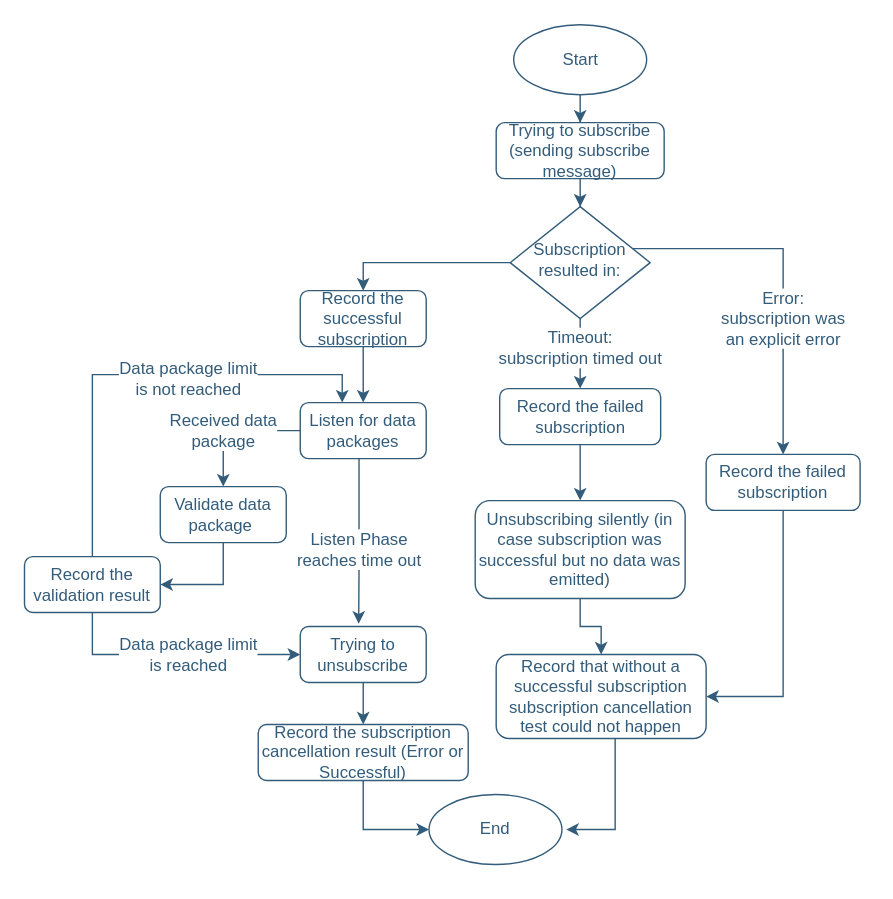
tum-esi/testbench keeps this draw.io diagram as readme-images/eventTesting.svg. Above is the earlier version. Source tidied: cells renumbered, new cells last; positions are measured from the earlier drawing's top-left corner, leaving out a move shared by most shapes.
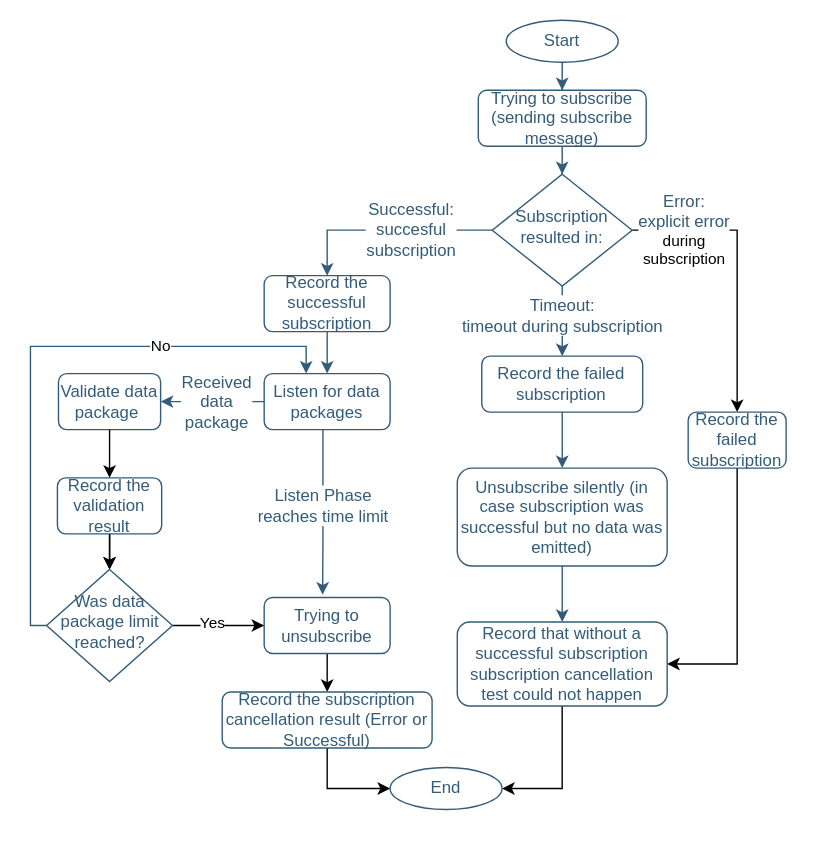
Later version of the same file.

Commit message:
Bump package version to 1.1.0; Make small fixes in Tester.ts and eventTesting.svg.

Change to the diagram source:
```diff
@@ -5,103 +5,89 @@
     <mxCell id="2" style="edgeStyle=orthogonalEdgeStyle;rounded=0;jettySize=auto;html=1;entryX=0.464;entryY=-0.05;entryDx=0;entryDy=0;fontSize=12;entryPerimeter=0;fontColor=#335C7A;labelBorderColor=none;strokeColor=#335C7A;" parent="1" edge="1" source="6" target="14">
       <mxGeometry relative="1" as="geometry">
         <Array as="points">
-          <mxPoint x="239" y="390" />
-          <mxPoint x="239" y="390" />
+          <mxPoint x="226" y="392.5" />
+          <mxPoint x="226" y="392.5" />
         </Array>
       </mxGeometry>
     </mxCell>
-    <mxCell id="3" value="Listen Phase&lt;br&gt;reaches time out" style="edgeLabel;html=1;align=center;verticalAlign=middle;fontSize=12;fontColor=#335C7A;labelBorderColor=none;" parent="2" vertex="1">
+    <mxCell id="3" value="Listen Phase&lt;br&gt;reaches time limit" style="edgeLabel;html=1;align=center;verticalAlign=middle;fontSize=12;fontColor=#335C7A;labelBorderColor=none;" parent="2" vertex="1">
       <mxGeometry x="-0.32" relative="1" as="geometry">
-        <mxPoint y="25" as="offset" />
+        <mxPoint y="13.8" as="offset" />
       </mxGeometry>
     </mxCell>
     <mxCell id="4" style="edgeStyle=orthogonalEdgeStyle;rounded=0;jettySize=auto;html=1;fontSize=12;fontColor=#335C7A;labelBorderColor=none;strokeColor=#335C7A;" parent="1" edge="1" source="6" target="22">
       <mxGeometry relative="1" as="geometry" />
     </mxCell>
-    <mxCell id="5" value="Received data&lt;br&gt;package" style="edgeLabel;html=1;align=center;verticalAlign=middle;fontSize=12;fontColor=#335C7A;labelBorderColor=none;" parent="4" vertex="1">
+    <mxCell id="5" value="Received&lt;br&gt;data&lt;br&gt;package" style="edgeLabel;html=1;align=center;verticalAlign=middle;fontSize=12;fontColor=#335C7A;labelBorderColor=none;" parent="4" vertex="1">
       <mxGeometry x="-0.16" y="-1" relative="1" as="geometry">
-        <mxPoint x="-15" y="1" as="offset" />
+        <mxPoint x="-3.1" y="1" as="offset" />
       </mxGeometry>
     </mxCell>
     <mxCell id="6" value="Listen for data packages" style="rounded=1;whiteSpace=wrap;fontSize=12;glass=0;strokeWidth=1;shadow=0;html=1;fontColor=#335C7A;labelBorderColor=none;strokeColor=#335C7A;" parent="1" vertex="1">
-      <mxGeometry x="197" y="270" width="90" height="40" as="geometry" />
+      <mxGeometry x="184" y="272.5" width="90" height="40" as="geometry" />
     </mxCell>
+    <mxCell id="9" style="edgeStyle=orthogonalEdgeStyle;rounded=0;jettySize=auto;html=1;entryX=0.5;entryY=0;entryDx=0;entryDy=0;strokeColor=#335C7A;fontSize=12;fontColor=#335C7A;" parent="1" edge="1" source="10" target="38">
+      <mxGeometry relative="1" as="geometry" />
+    </mxCell>
+    <mxCell id="39" value="&lt;span style=&quot;color: rgb(51 , 92 , 122) ; font-size: 12px&quot;&gt;Successful:&lt;/span&gt;&lt;br style=&quot;color: rgb(51 , 92 , 122) ; font-size: 12px ; background-color: rgb(248 , 249 , 250)&quot;&gt;&lt;span style=&quot;color: rgb(51 , 92 , 122) ; font-size: 12px&quot;&gt;succesful&lt;br&gt;subscription&lt;br&gt;&lt;/span&gt;" style="edgeLabel;html=1;align=center;verticalAlign=middle;" parent="9" vertex="1">
+      <mxGeometry x="0.18" y="1" relative="1" as="geometry">
+        <mxPoint x="31" y="-1" as="offset" />
+      </mxGeometry>
+    </mxCell>
-    <mxCell id="7" style="edgeStyle=orthogonalEdgeStyle;rounded=0;jettySize=auto;html=1;fontSize=12;entryX=0.5;entryY=0;entryDx=0;entryDy=0;fontColor=#335C7A;labelBorderColor=none;strokeColor=#335C7A;" parent="1" edge="1" source="10" target="29">
-      <mxGeometry relative="1" as="geometry">
-        <Array as="points">
-          <mxPoint x="542" y="160" />
-        </Array>
-      </mxGeometry>
+    <mxCell id="7" style="edgeStyle=orthogonalEdgeStyle;rounded=0;jettySize=auto;html=1;" parent="1" edge="1" source="10" target="29">
+      <mxGeometry relative="1" as="geometry" />
     </mxCell>
-    <mxCell id="8" value="Error:&lt;br&gt;subscription was&lt;br&gt;an explicit error" style="edgeLabel;html=1;align=center;verticalAlign=middle;fontSize=12;fontColor=#335C7A;labelBorderColor=none;" parent="7" vertex="1">
-      <mxGeometry x="-0.1" y="-2" relative="1" as="geometry">
-        <mxPoint x="2" y="42.5" as="offset" />
-      </mxGeometry>
-    </mxCell>
-    <mxCell id="9" style="edgeStyle=orthogonalEdgeStyle;rounded=0;jettySize=auto;html=1;entryX=0.5;entryY=0;entryDx=0;entryDy=0;strokeColor=#335C7A;fontSize=12;fontColor=#335C7A;" parent="1" edge="1" source="10" target="38">
-      <mxGeometry relative="1" as="geometry" />
-    </mxCell>
+    <mxCell id="40" value="&lt;span style=&quot;color: rgb(51 , 92 , 122) ; font-size: 12px&quot;&gt;Error:&lt;/span&gt;&lt;br style=&quot;color: rgb(51 , 92 , 122) ; font-size: 12px&quot;&gt;&lt;font color=&quot;#335c7a&quot;&gt;&lt;span style=&quot;font-size: 12px&quot;&gt;explicit error&lt;br&gt;&lt;/span&gt;&lt;/font&gt;during&lt;br&gt;subscription&lt;br&gt;" style="edgeLabel;html=1;align=center;verticalAlign=middle;" parent="7" vertex="1">
+      <mxGeometry x="-0.49" y="2" relative="1" as="geometry">
+        <mxPoint x="-15.4" y="2" as="offset" />
+      </mxGeometry>
+    </mxCell>
     <mxCell id="10" value="Subscription resulted in:" style="rhombus;whiteSpace=wrap;shadow=0;fontFamily=Helvetica;fontSize=12;align=center;strokeWidth=1;spacing=6;spacingTop=-4;html=1;fontColor=#335C7A;labelBorderColor=none;strokeColor=#335C7A;" parent="1" vertex="1">
       <mxGeometry x="347" y="130" width="100" height="80" as="geometry" />
     </mxCell>
     <mxCell id="11" style="edgeStyle=orthogonalEdgeStyle;rounded=0;jettySize=auto;html=1;fontSize=12;exitX=0.5;exitY=1;exitDx=0;exitDy=0;entryX=0.5;entryY=0;entryDx=0;entryDy=0;fontColor=#335C7A;labelBorderColor=none;strokeColor=#335C7A;" parent="1" edge="1" source="10" target="27">
       <mxGeometry relative="1" as="geometry" />
     </mxCell>
-    <mxCell id="12" value="&lt;span&gt;Timeout:&lt;/span&gt;&lt;br style=&quot;background-color: rgb(248 , 249 , 250)&quot;&gt;&lt;span&gt;subscription timed out&lt;/span&gt;" style="edgeLabel;html=1;align=center;verticalAlign=middle;fontSize=12;fontColor=#335C7A;labelBorderColor=none;" parent="11" vertex="1">
+    <mxCell id="12" value="&lt;span&gt;Timeout:&lt;/span&gt;&lt;br style=&quot;background-color: rgb(248 , 249 , 250)&quot;&gt;timeout during subscription" style="edgeLabel;html=1;align=center;verticalAlign=middle;fontSize=12;fontColor=#335C7A;labelBorderColor=none;" parent="11" vertex="1">
       <mxGeometry x="-0.37" relative="1" as="geometry">
         <mxPoint y="5" as="offset" />
       </mxGeometry>
     </mxCell>
-    <mxCell id="13" style="edgeStyle=orthogonalEdgeStyle;rounded=0;jettySize=auto;html=1;fontSize=12;entryX=0.5;entryY=0;entryDx=0;entryDy=0;fontColor=#335C7A;labelBorderColor=none;strokeColor=#335C7A;" parent="1" edge="1" source="14" target="35">
+    <mxCell id="13" style="edgeStyle=orthogonalEdgeStyle;rounded=0;jettySize=auto;html=1;" parent="1" edge="1" source="14" target="35">
       <mxGeometry relative="1" as="geometry" />
     </mxCell>
     <mxCell id="14" value="Trying to unsubscribe" style="rounded=1;whiteSpace=wrap;fontSize=12;glass=0;strokeWidth=1;shadow=0;html=1;fontColor=#335C7A;labelBorderColor=none;strokeColor=#335C7A;" parent="1" vertex="1">
-      <mxGeometry x="197" y="430" width="90" height="40" as="geometry" />
+      <mxGeometry x="184" y="432.5" width="90" height="40" as="geometry" />
     </mxCell>
     <mxCell id="15" style="edgeStyle=orthogonalEdgeStyle;rounded=0;jettySize=auto;html=1;fontSize=12;fontColor=#335C7A;labelBorderColor=none;strokeColor=#335C7A;" parent="1" edge="1" source="16" target="25">
       <mxGeometry relative="1" as="geometry" />
     </mxCell>
     <mxCell id="16" value="Start" style="ellipse;whiteSpace=wrap;html=1;fontSize=12;fontColor=#335C7A;labelBorderColor=none;strokeColor=#335C7A;" parent="1" vertex="1">
-      <mxGeometry x="349.5" width="95" height="50" as="geometry" />
+      <mxGeometry x="357" y="20" width="80" height="30" as="geometry" />
     </mxCell>
-    <mxCell id="17" style="edgeStyle=orthogonalEdgeStyle;rounded=0;jettySize=auto;html=1;fontSize=12;fontColor=#335C7A;labelBorderColor=none;strokeColor=#335C7A;exitX=0.5;exitY=0;exitDx=0;exitDy=0;" parent="1" edge="1" source="36">
+    <mxCell id="17" style="edgeStyle=orthogonalEdgeStyle;rounded=0;jettySize=auto;html=1;fontSize=12;fontColor=#335C7A;labelBorderColor=none;strokeColor=#335C7A;exitX=0;exitY=0.5;exitDx=0;exitDy=0;" parent="1" edge="1" source="47">
       <mxGeometry relative="1" as="geometry">
-        <mxPoint x="227" y="270" as="targetPoint" />
+        <mxPoint x="214" y="272.5" as="targetPoint" />
         <Array as="points">
-          <mxPoint x="49" y="250" />
-          <mxPoint x="227" y="250" />
+          <mxPoint x="17" y="453" />
+          <mxPoint x="17" y="253" />
+          <mxPoint x="214" y="253" />
         </Array>
       </mxGeometry>
     </mxCell>
-    <mxCell id="18" value="Data package limit&lt;br&gt;is not reached" style="edgeLabel;html=1;align=center;verticalAlign=middle;fontSize=12;fontColor=#335C7A;labelBorderColor=none;" parent="17" vertex="1">
-      <mxGeometry x="-0.46" relative="1" as="geometry">
-        <mxPoint x="68.5" y="-38.7" as="offset" />
-      </mxGeometry>
-    </mxCell>
-    <mxCell id="19" style="edgeStyle=orthogonalEdgeStyle;rounded=0;jettySize=auto;html=1;fontSize=12;entryX=0;entryY=0.5;entryDx=0;entryDy=0;exitX=0.5;exitY=1;exitDx=0;exitDy=0;fontColor=#335C7A;labelBorderColor=none;strokeColor=#335C7A;" parent="1" edge="1" source="36" target="14">
-      <mxGeometry relative="1" as="geometry">
-        <Array as="points">
-          <mxPoint x="49" y="450" />
-        </Array>
-      </mxGeometry>
-    </mxCell>
-    <mxCell id="20" value="Data package limit&lt;br&gt;is reached" style="edgeLabel;html=1;align=center;verticalAlign=middle;fontSize=12;fontColor=#335C7A;labelBorderColor=none;" parent="19" vertex="1">
-      <mxGeometry x="-0.68" y="1" relative="1" as="geometry">
-        <mxPoint x="67.5" y="1.7" as="offset" />
-      </mxGeometry>
-    </mxCell>
-    <mxCell id="21" style="edgeStyle=orthogonalEdgeStyle;rounded=0;jettySize=auto;html=1;fontSize=12;fontColor=#335C7A;labelBorderColor=none;strokeColor=#335C7A;exitX=0.5;exitY=1;exitDx=0;exitDy=0;" parent="1" edge="1" source="22" target="36">
-      <mxGeometry relative="1" as="geometry">
-        <Array as="points">
-          <mxPoint x="142" y="400" />
-        </Array>
-      </mxGeometry>
-    </mxCell>
+    <mxCell id="41" value="No" style="edgeLabel;html=1;align=center;verticalAlign=middle;" parent="17" vertex="1">
+      <mxGeometry x="0.3" y="-2" relative="1" as="geometry">
+        <mxPoint x="26.8" y="-2" as="offset" />
+      </mxGeometry>
+    </mxCell>
+    <mxCell id="42" style="edgeStyle=orthogonalEdgeStyle;rounded=0;jettySize=auto;html=1;" parent="1" edge="1" source="36" target="47">
+      <mxGeometry relative="1" as="geometry" />
+    </mxCell>
     <mxCell id="22" value="Validate data package&amp;nbsp;" style="rounded=1;whiteSpace=wrap;fontSize=12;glass=0;strokeWidth=1;shadow=0;html=1;fontColor=#335C7A;labelBorderColor=none;strokeColor=#335C7A;" parent="1" vertex="1">
-      <mxGeometry x="97" y="330" width="90" height="40" as="geometry" />
+      <mxGeometry x="37" y="272.5" width="73" height="40" as="geometry" />
     </mxCell>
     <mxCell id="23" value="End" style="ellipse;whiteSpace=wrap;html=1;fontSize=12;fontColor=#335C7A;labelBorderColor=none;strokeColor=#335C7A;" parent="1" vertex="1">
-      <mxGeometry x="289" y="550" width="95" height="50" as="geometry" />
+      <mxGeometry x="274" y="554" width="80" height="30" as="geometry" />
     </mxCell>
     <mxCell id="24" style="edgeStyle=orthogonalEdgeStyle;rounded=0;jettySize=auto;html=1;fontSize=12;fontColor=#335C7A;labelBorderColor=none;strokeColor=#335C7A;" parent="1" edge="1" source="25" target="10">
       <mxGeometry relative="1" as="geometry" />
@@ -115,51 +101,59 @@
     <mxCell id="27" value="Record the failed subscription" style="rounded=1;whiteSpace=wrap;fontSize=12;glass=0;strokeWidth=1;shadow=0;html=1;fontColor=#335C7A;labelBorderColor=none;strokeColor=#335C7A;" parent="1" vertex="1">
       <mxGeometry x="339.5" y="260" width="115" height="40" as="geometry" />
     </mxCell>
-    <mxCell id="28" style="edgeStyle=orthogonalEdgeStyle;rounded=0;jettySize=auto;html=1;entryX=1;entryY=0.5;entryDx=0;entryDy=0;fontSize=12;fontColor=#335C7A;labelBorderColor=none;strokeColor=#335C7A;" parent="1" edge="1" source="29" target="33">
-      <mxGeometry relative="1" as="geometry">
-        <Array as="points">
-          <mxPoint x="542" y="480" />
-        </Array>
-      </mxGeometry>
+    <mxCell id="28" style="edgeStyle=orthogonalEdgeStyle;rounded=0;jettySize=auto;html=1;entryX=1;entryY=0.5;entryDx=0;entryDy=0;exitX=0.5;exitY=1;exitDx=0;exitDy=0;" parent="1" edge="1" source="29" target="33">
+      <mxGeometry relative="1" as="geometry" />
     </mxCell>
     <mxCell id="29" value="Record the failed subscription" style="rounded=1;whiteSpace=wrap;fontSize=12;glass=0;strokeWidth=1;shadow=0;html=1;fontColor=#335C7A;labelBorderColor=none;strokeColor=#335C7A;" parent="1" vertex="1">
-      <mxGeometry x="487" y="307" width="110" height="40" as="geometry" />
+      <mxGeometry x="487" y="300" width="70" height="40" as="geometry" />
     </mxCell>
     <mxCell id="30" style="edgeStyle=orthogonalEdgeStyle;rounded=0;jettySize=auto;html=1;entryX=0.5;entryY=0;entryDx=0;entryDy=0;fontSize=12;fontColor=#335C7A;labelBorderColor=none;strokeColor=#335C7A;" parent="1" edge="1" source="31" target="33">
       <mxGeometry relative="1" as="geometry" />
     </mxCell>
-    <mxCell id="31" value="Unsubscribing silently (in case subscription was successful but no data was emitted)" style="rounded=1;whiteSpace=wrap;fontSize=12;glass=0;strokeWidth=1;shadow=0;html=1;fontColor=#335C7A;labelBorderColor=none;strokeColor=#335C7A;" parent="1" vertex="1">
+    <mxCell id="31" value="Unsubscribe silently (in case subscription was successful but no data was emitted)" style="rounded=1;whiteSpace=wrap;fontSize=12;glass=0;strokeWidth=1;shadow=0;html=1;fontColor=#335C7A;labelBorderColor=none;strokeColor=#335C7A;" parent="1" vertex="1">
       <mxGeometry x="322" y="340" width="150" height="70" as="geometry" />
     </mxCell>
-    <mxCell id="32" style="edgeStyle=orthogonalEdgeStyle;rounded=0;jettySize=auto;html=1;fontSize=12;fontColor=#335C7A;labelBorderColor=none;strokeColor=#335C7A;" parent="1" edge="1" source="33">
-      <mxGeometry relative="1" as="geometry">
-        <mxPoint x="387" y="575" as="targetPoint" />
-        <Array as="points">
-          <mxPoint x="422" y="575" />
-        </Array>
-      </mxGeometry>
-    </mxCell>
+    <mxCell id="43" style="edgeStyle=orthogonalEdgeStyle;rounded=0;jettySize=auto;html=1;entryX=1;entryY=0.5;entryDx=0;entryDy=0;" parent="1" edge="1" source="33" target="23">
+      <mxGeometry relative="1" as="geometry" />
+    </mxCell>
     <mxCell id="33" value="Record that without a successful subscription subscription cancellation test could not happen" style="rounded=1;whiteSpace=wrap;fontSize=12;glass=0;strokeWidth=1;shadow=0;html=1;fontColor=#335C7A;labelBorderColor=none;strokeColor=#335C7A;" parent="1" vertex="1">
-      <mxGeometry x="337" y="450" width="150" height="60" as="geometry" />
+      <mxGeometry x="322" y="450" width="150" height="60" as="geometry" />
     </mxCell>
-    <mxCell id="34" style="edgeStyle=orthogonalEdgeStyle;rounded=0;jettySize=auto;html=1;entryX=0;entryY=0.5;entryDx=0;entryDy=0;fontSize=12;fontColor=#335C7A;labelBorderColor=none;strokeColor=#335C7A;" parent="1" edge="1" source="35" target="23">
-      <mxGeometry relative="1" as="geometry">
-        <Array as="points">
-          <mxPoint x="242" y="575" />
-        </Array>
-      </mxGeometry>
+    <mxCell id="34" style="edgeStyle=orthogonalEdgeStyle;rounded=0;jettySize=auto;html=1;entryX=0;entryY=0.5;entryDx=0;entryDy=0;" parent="1" edge="1" source="35" target="23">
+      <mxGeometry relative="1" as="geometry" />
     </mxCell>
     <mxCell id="35" value="Record the subscription cancellation result (Error or Successful)" style="rounded=1;whiteSpace=wrap;fontSize=12;glass=0;strokeWidth=1;shadow=0;html=1;fontColor=#335C7A;labelBorderColor=none;strokeColor=#335C7A;" parent="1" vertex="1">
-      <mxGeometry x="167" y="500" width="150" height="40" as="geometry" />
+      <mxGeometry x="154" y="500" width="150" height="40" as="geometry" />
     </mxCell>
-    <mxCell id="36" value="Record the&lt;br&gt;validation result" style="rounded=1;whiteSpace=wrap;fontSize=12;glass=0;strokeWidth=1;shadow=0;html=1;fontColor=#335C7A;labelBorderColor=none;strokeColor=#335C7A;" parent="1" vertex="1">
-      <mxGeometry y="380" width="97" height="40" as="geometry" />
-    </mxCell>
+    <mxCell id="44" style="edgeStyle=orthogonalEdgeStyle;rounded=0;jettySize=auto;html=1;" parent="1" edge="1" source="36" target="47">
+      <mxGeometry relative="1" as="geometry" />
+    </mxCell>
     <mxCell id="37" style="edgeStyle=orthogonalEdgeStyle;rounded=0;jettySize=auto;html=1;strokeColor=#335C7A;fontSize=12;fontColor=#335C7A;" parent="1" edge="1" source="38" target="6">
       <mxGeometry relative="1" as="geometry" />
     </mxCell>
     <mxCell id="38" value="Record the successful subscription" style="rounded=1;whiteSpace=wrap;fontSize=12;glass=0;strokeWidth=1;shadow=0;html=1;fontColor=#335C7A;labelBorderColor=none;strokeColor=#335C7A;" parent="1" vertex="1">
-      <mxGeometry x="197" y="190" width="90" height="40" as="geometry" />
+      <mxGeometry x="184" y="202.5" width="90" height="40" as="geometry" />
     </mxCell>
+    <mxCell id="45" style="edgeStyle=orthogonalEdgeStyle;rounded=0;jettySize=auto;html=1;entryX=0;entryY=0.5;entryDx=0;entryDy=0;" parent="1" edge="1" source="47" target="14">
+      <mxGeometry relative="1" as="geometry">
+        <Array as="points">
+          <mxPoint x="122" y="453" />
+        </Array>
+      </mxGeometry>
+    </mxCell>
+    <mxCell id="46" value="Yes" style="edgeLabel;html=1;align=center;verticalAlign=middle;" parent="45" vertex="1">
+      <mxGeometry x="-0.21" y="-2" relative="1" as="geometry">
+        <mxPoint x="2.3" y="-3.5" as="offset" />
+      </mxGeometry>
+    </mxCell>
+    <mxCell id="47" value="Was data package limit reached?" style="rhombus;whiteSpace=wrap;shadow=0;fontFamily=Helvetica;fontSize=12;align=center;strokeWidth=1;spacing=6;spacingTop=-4;html=1;fontColor=#335C7A;labelBorderColor=none;strokeColor=#335C7A;" parent="1" vertex="1">
+      <mxGeometry x="28.5" y="412.5" width="90" height="80" as="geometry" />
+    </mxCell>
+    <mxCell id="36" value="Record the&lt;br&gt;validation result" style="rounded=1;whiteSpace=wrap;fontSize=12;glass=0;strokeWidth=1;shadow=0;html=1;fontColor=#335C7A;labelBorderColor=none;strokeColor=#335C7A;" parent="1" vertex="1">
+      <mxGeometry x="36.2" y="347" width="74.5" height="40" as="geometry" />
+    </mxCell>
+    <mxCell id="21" style="edgeStyle=orthogonalEdgeStyle;rounded=0;jettySize=auto;html=1;" parent="1" edge="1" source="22" target="36">
+      <mxGeometry relative="1" as="geometry" />
+    </mxCell>
   </root>
 </mxGraphModel>
```
